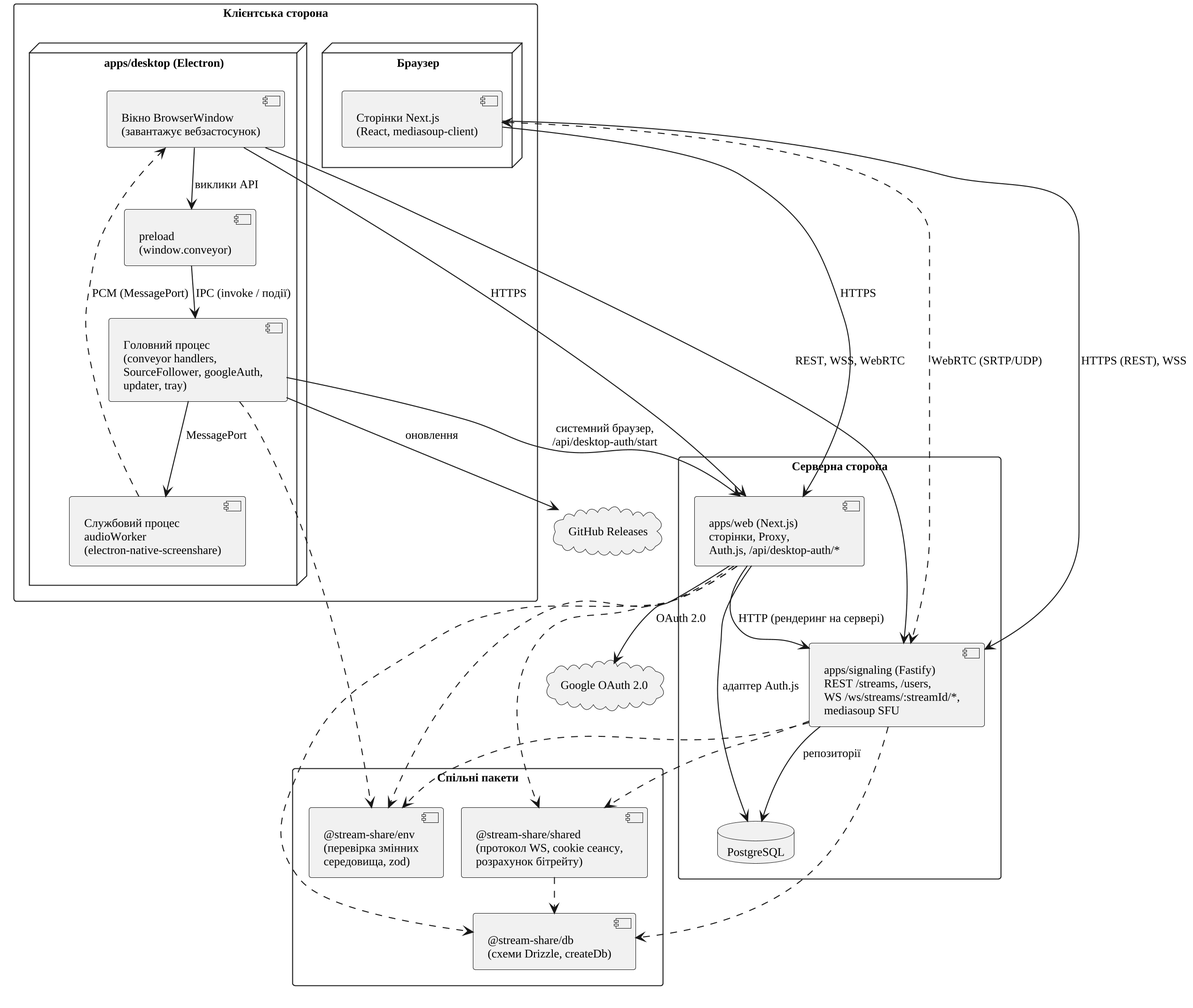
The PlantUML diagram thesis/diagrams/fig-components.png in Nikitos1926/stream-share, before a commit.
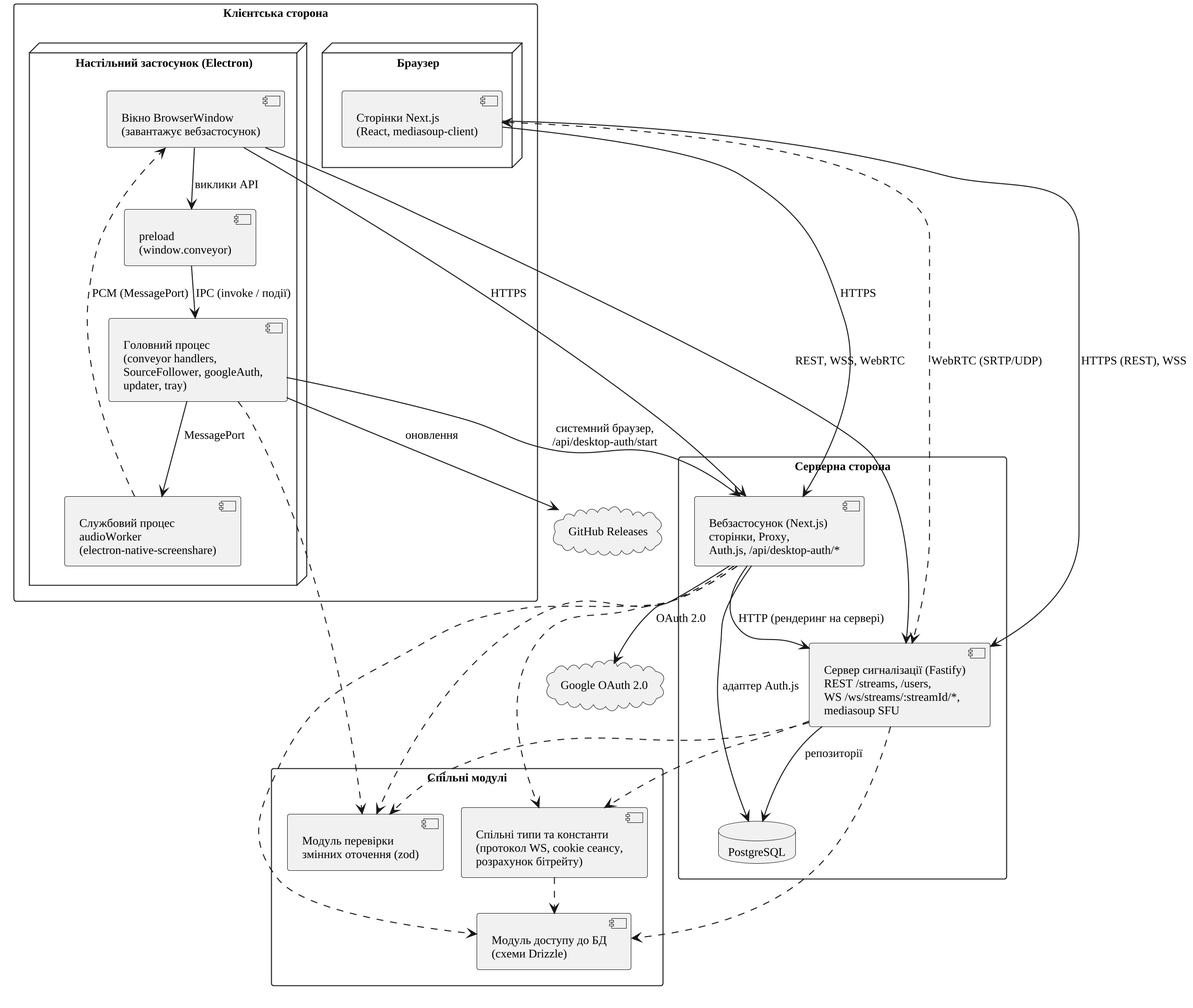
The same file after the commit.

The edit, as a diff of the source:
```diff
@@ -12,7 +12,7 @@
   node "Браузер" as Browser {
     component "Сторінки Next.js\n(React, mediasoup-client)" as WebClient
   }
-  node "apps/desktop (Electron)" as Desktop {
+  node "Настільний застосунок (Electron)" as Desktop {
     component "Вікно BrowserWindow\n(завантажує вебзастосунок)" as Renderer
     component "preload\n(window.conveyor)" as Preload
     component "Головний процес\n(conveyor handlers,\nSourceFollower, googleAuth,\nupdater, tray)" as Main
@@ -21,15 +21,15 @@
 }
 
 package "Серверна сторона" {
-  component "apps/web (Next.js)\nсторінки, Proxy,\nAuth.js, /api/desktop-auth/*" as Web
-  component "apps/signaling (Fastify)\nREST /streams, /users,\nWS /ws/streams/:streamId/*,\nmediasoup SFU" as Sig
+  component "Вебзастосунок (Next.js)\nсторінки, Proxy,\nAuth.js, /api/desktop-auth/*" as Web
+  component "Сервер сигналізації (Fastify)\nREST /streams, /users,\nWS /ws/streams/:streamId/*,\nmediasoup SFU" as Sig
   database "PostgreSQL" as PG
 }
 
-package "Спільні пакети" {
-  component "@stream-share/db\n(схеми Drizzle, createDb)" as PDb
-  component "@stream-share/shared\n(протокол WS, cookie сеансу,\nрозрахунок бітрейту)" as PShared
-  component "@stream-share/env\n(перевірка змінних\nсередовища, zod)" as PEnv
+package "Спільні модулі" {
+  component "Модуль доступу до БД\n(схеми Drizzle)" as PDb
+  component "Спільні типи та константи\n(протокол WS, cookie сеансу,\nрозрахунок бітрейту)" as PShared
+  component "Модуль перевірки\nзмінних оточення (zod)" as PEnv
 }
 
 cloud "Google OAuth 2.0" as Google
```
